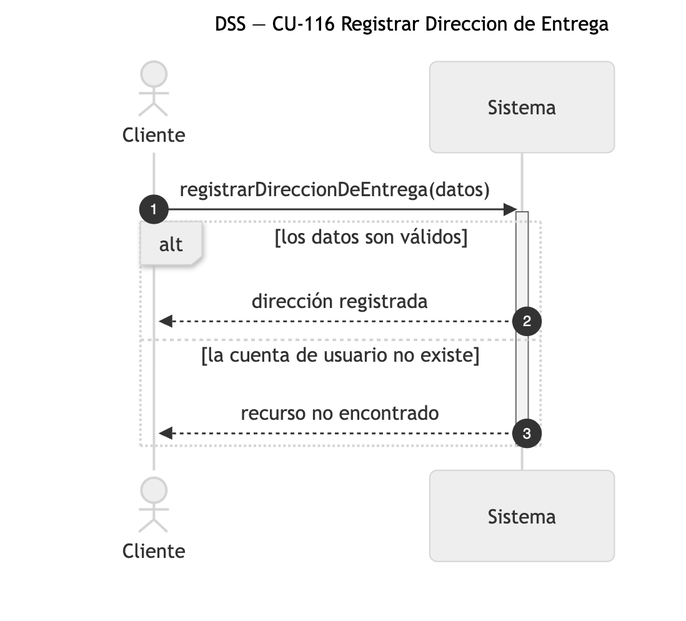
Earlier version of the Mermaid export diagramas/png/DSS_CU-116_Registrar-Direccion-de-Entrega.png (Nahuelito-Dev/splg-docs). Its source is kept beside it as diagramas/DSS_CU-116_Registrar-Direccion-de-Entrega.mmd.
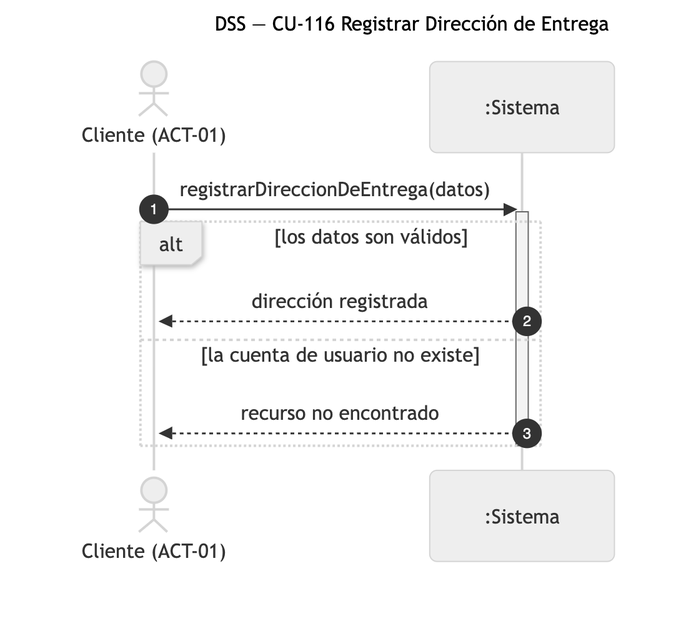
After the commit.

Diff of the diagram source:
```diff
@@ -1,8 +1,8 @@
 sequenceDiagram
-    title DSS — CU-116 Registrar Direccion de Entrega
+    title DSS — CU-116 Registrar Dirección de Entrega
     autonumber
-    actor CLI as Cliente
-    participant SIS as Sistema
+    actor CLI as Cliente (ACT-01)
+    participant SIS as :Sistema
 
     CLI->>SIS: registrarDireccionDeEntrega(datos)
     activate SIS
```
